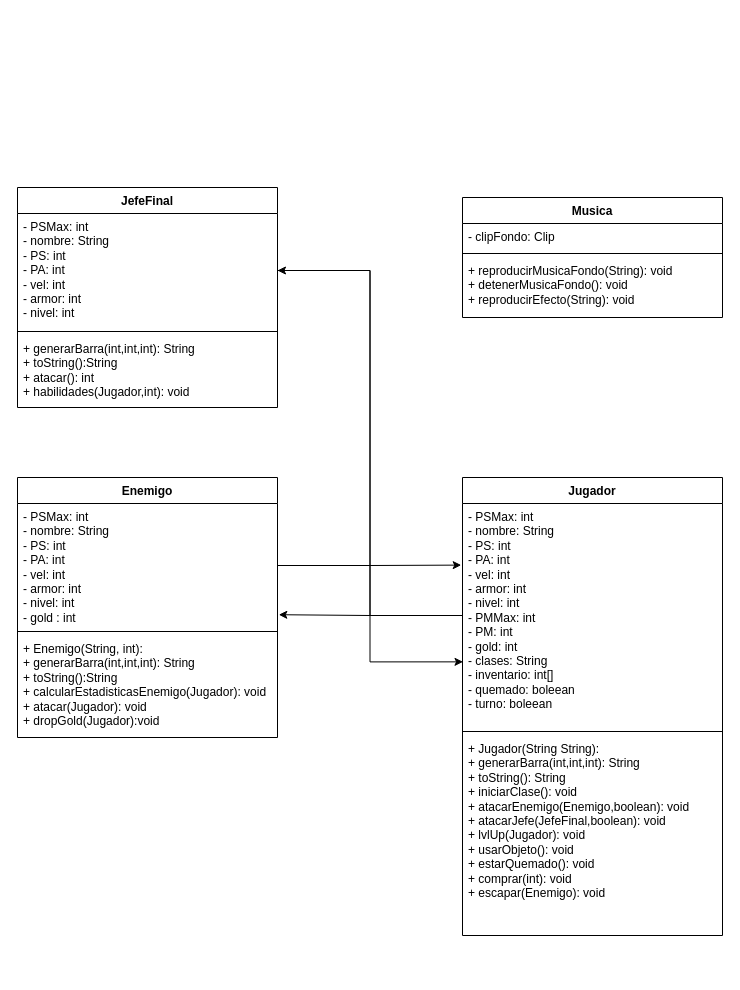
The draw.io diagram Documentacion/Diagrama_de_clases.drawio.xml in Pablo-gg9/Practica-Videojuego-Programacion, before the edit. Source tidied: cells renumbered, new cells numbered last; positions are measured from the earlier drawing's top-left corner, leaving out a move shared by most shapes. Both pictures are drawn from the tidied source at 100%, with x=0, y=0 at pixel (17, 187).
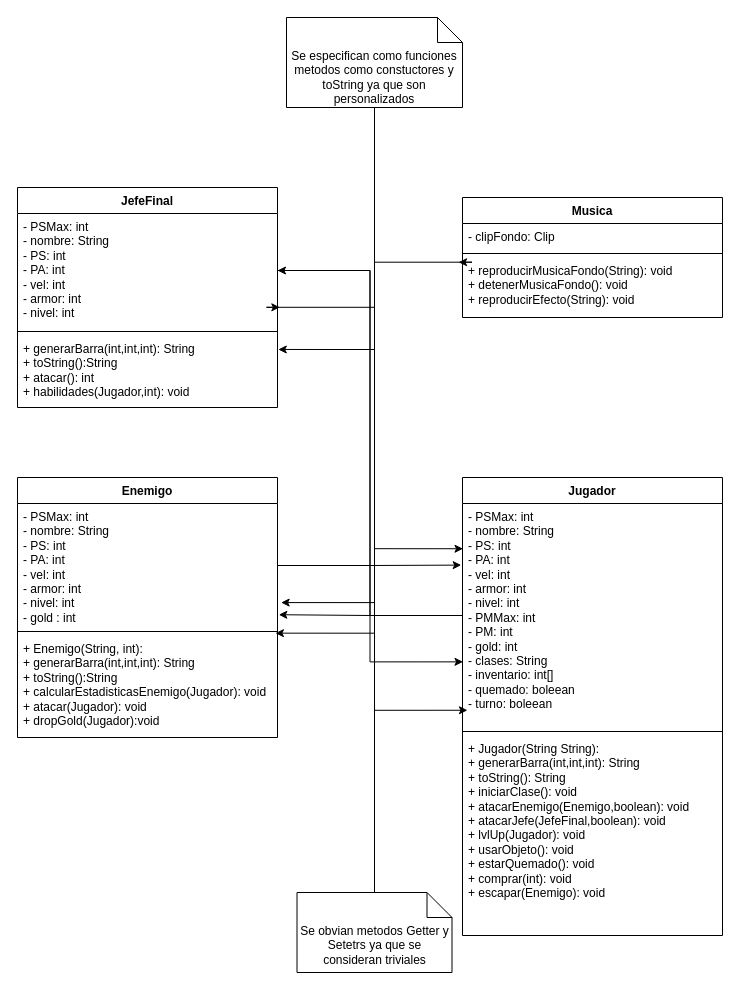
The same diagram, later.

Commit message (it also covers changes not shown here):
Modifico diagrama de clases :)

Unchanged cells that the change refers to:
```xml
<mxCell id="5" value="+ reproducirMusicaFondo(String): void&lt;div&gt;+ detenerMusicaFondo(): void&lt;/div&gt;&lt;div&gt;+ reproducirEfecto(String): void&lt;/div&gt;" style="text;strokeColor=none;fillColor=none;align=left;verticalAlign=top;spacingLeft=4;spacingRight=4;overflow=hidden;points=[[0,0.5],[1,0.5]];portConstraint=eastwest;whiteSpace=wrap;html=1;" parent="2" vertex="1">
  <mxGeometry y="60" width="260" height="60" as="geometry" />
</mxCell>
<mxCell id="7" value="- PSMax: int&lt;div&gt;- nombre: String&lt;/div&gt;&lt;div&gt;- PS: int&lt;/div&gt;&lt;div&gt;- PA: int&lt;/div&gt;&lt;div&gt;- vel: int&lt;/div&gt;&lt;div&gt;- armor: int&lt;/div&gt;&lt;div&gt;- nivel: int&lt;/div&gt;" style="text;strokeColor=none;fillColor=none;align=left;verticalAlign=top;spacingLeft=4;spacingRight=4;overflow=hidden;points=[[0,0.5],[1,0.5]];portConstraint=eastwest;whiteSpace=wrap;html=1;" parent="6" vertex="1">
  <mxGeometry y="26" width="260" height="114" as="geometry" />
</mxCell>
<mxCell id="9" value="+ generarBarra(int,int,int): String&lt;div&gt;+ toString():String&lt;/div&gt;&lt;div&gt;+ atacar(): int&lt;/div&gt;&lt;div&gt;+ habilidades(Jugador,int): void&lt;/div&gt;&lt;div&gt;&lt;br&gt;&lt;/div&gt;" style="text;strokeColor=none;fillColor=none;align=left;verticalAlign=top;spacingLeft=4;spacingRight=4;overflow=hidden;points=[[0,0.5],[1,0.5]];portConstraint=eastwest;whiteSpace=wrap;html=1;" parent="6" vertex="1">
  <mxGeometry y="148" width="260" height="72" as="geometry" />
</mxCell>
<mxCell id="11" value="- PSMax: int&lt;div&gt;- nombre: String&lt;/div&gt;&lt;div&gt;- PS: int&lt;/div&gt;&lt;div&gt;- PA: int&lt;/div&gt;&lt;div&gt;- vel: int&lt;/div&gt;&lt;div&gt;- armor: int&lt;/div&gt;&lt;div&gt;- nivel: int&lt;/div&gt;&lt;div&gt;- PMMax: int&lt;/div&gt;&lt;div&gt;- PM: int&lt;/div&gt;&lt;div&gt;- gold: int&lt;/div&gt;&lt;div&gt;- clases: String&lt;/div&gt;&lt;div&gt;- inventario: int[]&lt;/div&gt;&lt;div&gt;- quemado: boleean&lt;/div&gt;&lt;div&gt;- turno: boleean&lt;/div&gt;" style="text;strokeColor=none;fillColor=none;align=left;verticalAlign=top;spacingLeft=4;spacingRight=4;overflow=hidden;points=[[0,0.5],[1,0.5]];portConstraint=eastwest;whiteSpace=wrap;html=1;" parent="10" vertex="1">
  <mxGeometry y="26" width="260" height="224" as="geometry" />
</mxCell>
<mxCell id="15" value="- PSMax: int&lt;div&gt;- nombre: String&lt;/div&gt;&lt;div&gt;- PS: int&lt;/div&gt;&lt;div&gt;- PA: int&lt;/div&gt;&lt;div&gt;- vel: int&lt;/div&gt;&lt;div&gt;- armor: int&lt;/div&gt;&lt;div&gt;- nivel: int&lt;/div&gt;&lt;div&gt;- gold : int&lt;/div&gt;&lt;div&gt;&lt;br&gt;&lt;/div&gt;" style="text;strokeColor=none;fillColor=none;align=left;verticalAlign=top;spacingLeft=4;spacingRight=4;overflow=hidden;points=[[0,0.5],[1,0.5]];portConstraint=eastwest;whiteSpace=wrap;html=1;" parent="14" vertex="1">
  <mxGeometry y="26" width="260" height="124" as="geometry" />
</mxCell>
<mxCell id="17" value="+ Enemigo(String, int):&lt;div&gt;+ generarBarra(int,int,int): String&lt;/div&gt;&lt;div&gt;+ toString():String&lt;/div&gt;&lt;div&gt;+ calcularEstadisticasEnemigo(Jugador): void&lt;/div&gt;&lt;div&gt;+ atacar(Jugador&lt;span style=&quot;background-color: transparent; color: light-dark(rgb(0, 0, 0), rgb(255, 255, 255));&quot;&gt;): void&lt;/span&gt;&lt;/div&gt;&lt;div&gt;&lt;span style=&quot;background-color: transparent; color: light-dark(rgb(0, 0, 0), rgb(255, 255, 255));&quot;&gt;+ dropGold(Jugador):void&lt;/span&gt;&lt;/div&gt;&lt;div&gt;&lt;br&gt;&lt;/div&gt;" style="text;strokeColor=none;fillColor=none;align=left;verticalAlign=top;spacingLeft=4;spacingRight=4;overflow=hidden;points=[[0,0.5],[1,0.5]];portConstraint=eastwest;whiteSpace=wrap;html=1;" parent="14" vertex="1">
  <mxGeometry y="158" width="260" height="102" as="geometry" />
</mxCell>
```

Diff of the diagram source:
```diff
@@
+    <mxCell id="22" value="Se especifican como funciones metodos como constuctores y toString ya que son personalizados" style="shape=note2;boundedLbl=1;whiteSpace=wrap;html=1;size=25;verticalAlign=top;align=center;" parent="1" vertex="1">
+      <mxGeometry x="269" y="-170" width="176" height="90" as="geometry" />
+    </mxCell>
+    <mxCell id="23" style="edgeStyle=orthogonalEdgeStyle;rounded=0;jettySize=auto;html=1;exitX=0.5;exitY=1;exitDx=0;exitDy=0;exitPerimeter=0;entryX=1.009;entryY=0.823;entryDx=0;entryDy=0;entryPerimeter=0;" parent="1" edge="1" source="22" target="7">
+      <mxGeometry relative="1" as="geometry" />
+    </mxCell>
+    <mxCell id="24" style="edgeStyle=orthogonalEdgeStyle;rounded=0;jettySize=auto;html=1;exitX=0.5;exitY=1;exitDx=0;exitDy=0;exitPerimeter=0;entryX=1.014;entryY=0.799;entryDx=0;entryDy=0;entryPerimeter=0;" parent="1" edge="1" source="22" target="15">
+      <mxGeometry relative="1" as="geometry" />
+    </mxCell>
+    <mxCell id="25" style="edgeStyle=orthogonalEdgeStyle;rounded=0;jettySize=auto;html=1;exitX=0.5;exitY=1;exitDx=0;exitDy=0;exitPerimeter=0;entryX=0.002;entryY=0.202;entryDx=0;entryDy=0;entryPerimeter=0;" parent="1" edge="1" source="22" target="11">
+      <mxGeometry relative="1" as="geometry" />
+    </mxCell>
+    <mxCell id="26" value="Se obvian metodos Getter y Setetrs ya que se consideran triviales" style="shape=note2;boundedLbl=1;whiteSpace=wrap;html=1;size=25;verticalAlign=top;align=center;" parent="1" vertex="1">
+      <mxGeometry x="279.5" y="705" width="155" height="80" as="geometry" />
+    </mxCell>
+    <mxCell id="27" style="edgeStyle=orthogonalEdgeStyle;rounded=0;jettySize=auto;html=1;exitX=0.5;exitY=0;exitDx=0;exitDy=0;exitPerimeter=0;entryX=0.019;entryY=0.923;entryDx=0;entryDy=0;entryPerimeter=0;" parent="1" edge="1" source="26" target="11">
+      <mxGeometry relative="1" as="geometry" />
+    </mxCell>
+    <mxCell id="28" style="edgeStyle=orthogonalEdgeStyle;rounded=0;jettySize=auto;html=1;exitX=0.5;exitY=0;exitDx=0;exitDy=0;exitPerimeter=0;entryX=0.992;entryY=-0.023;entryDx=0;entryDy=0;entryPerimeter=0;" parent="1" edge="1" source="26" target="17">
+      <mxGeometry relative="1" as="geometry" />
+    </mxCell>
+    <mxCell id="29" style="edgeStyle=orthogonalEdgeStyle;rounded=0;jettySize=auto;html=1;exitX=0.5;exitY=0;exitDx=0;exitDy=0;exitPerimeter=0;entryX=-0.015;entryY=0.079;entryDx=0;entryDy=0;entryPerimeter=0;" parent="1" edge="1" source="26" target="5">
+      <mxGeometry relative="1" as="geometry" />
+    </mxCell>
+    <mxCell id="30" style="edgeStyle=orthogonalEdgeStyle;rounded=0;jettySize=auto;html=1;exitX=0.5;exitY=0;exitDx=0;exitDy=0;exitPerimeter=0;entryX=1.003;entryY=0.194;entryDx=0;entryDy=0;entryPerimeter=0;" parent="1" edge="1" source="26" target="9">
+      <mxGeometry relative="1" as="geometry" />
+    </mxCell>
```
